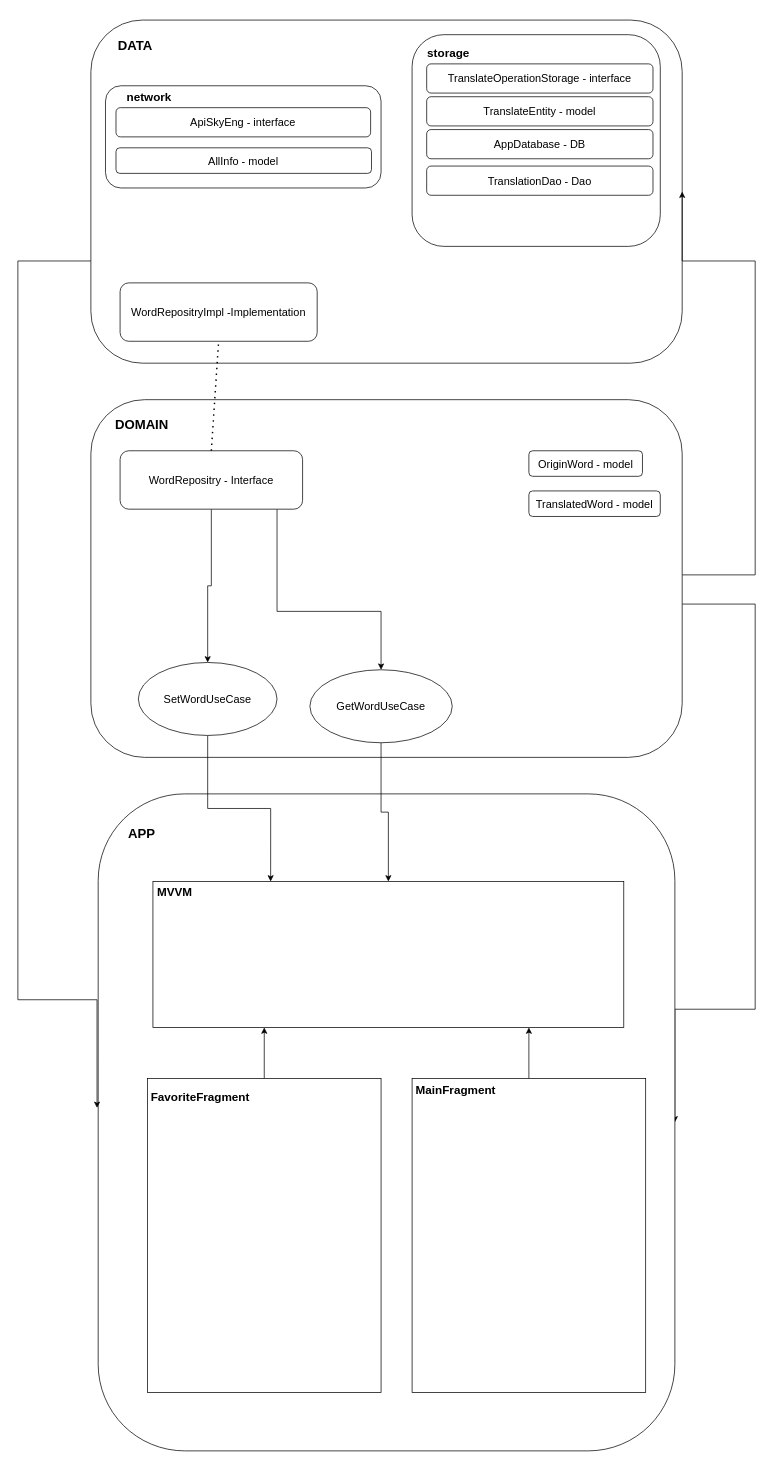
Earlier version of the draw.io diagram architecture.drawio (borsalinho/test_translator). Source tidied: cells renumbered, new cells numbered last; positions are measured from the earlier drawing's top-left corner, leaving out a move shared by most shapes. Both pictures are drawn from the tidied source at 73%, with x=0, y=0 at pixel (18, 20).
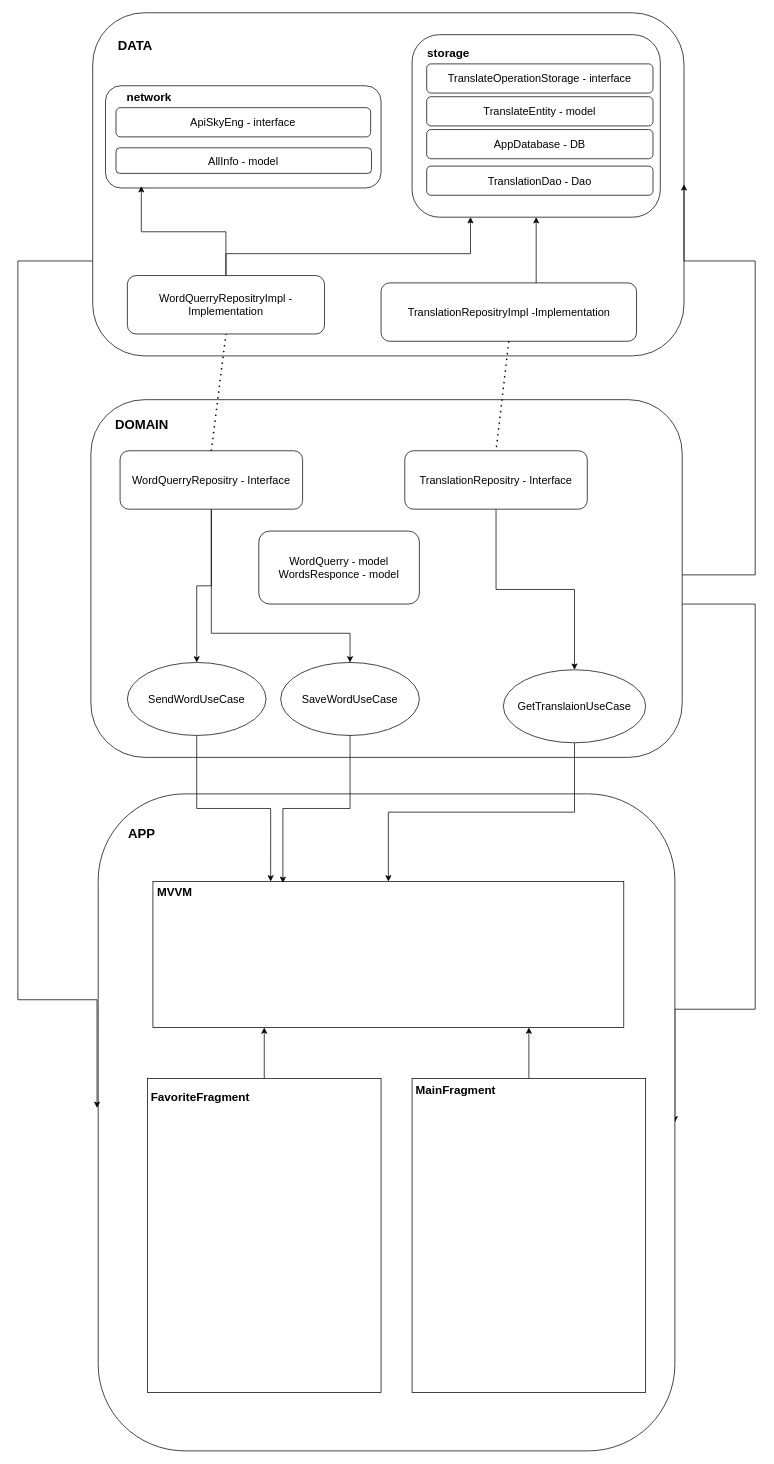
After the change.

Unchanged cells that the change refers to:
```xml
<mxCell id="11" style="rounded=0;whiteSpace=wrap;html=1;" parent="1" vertex="1">
  <mxGeometry x="185" y="1180" width="645" height="200" as="geometry" />
</mxCell>
<mxCell id="30" style="rounded=1;whiteSpace=wrap;html=1;" parent="1" vertex="1">
  <mxGeometry x="120" y="90" width="377.5" height="140" as="geometry" />
</mxCell>
```

Diff of the diagram source:
```diff
@@
     <mxCell id="3" style="rounded=1;whiteSpace=wrap;html=1;" parent="1" vertex="1">
-      <mxGeometry x="100" width="810" height="470" as="geometry" />
+      <mxGeometry x="102.5" y="-10" width="810" height="470" as="geometry" />
     </mxCell>
@@
-    <mxCell id="17" value="&lt;span style=&quot;font-size: 15px;&quot;&gt;SetWordUseCase&lt;/span&gt;" style="ellipse;whiteSpace=wrap;html=1;" parent="1" vertex="1">
-      <mxGeometry x="165" y="880" width="190" height="100" as="geometry" />
+    <mxCell id="17" value="&lt;span style=&quot;font-size: 15px;&quot;&gt;SendWordUseCase&lt;/span&gt;" style="ellipse;whiteSpace=wrap;html=1;" parent="1" vertex="1">
+      <mxGeometry x="150" y="880" width="190" height="100" as="geometry" />
     </mxCell>
@@
-    <mxCell id="19" value="&lt;span style=&quot;font-size: 15px;&quot;&gt;GetWordUseCase&lt;/span&gt;" style="ellipse;whiteSpace=wrap;html=1;" parent="1" vertex="1">
-      <mxGeometry x="400" y="890" width="195" height="100" as="geometry" />
+    <mxCell id="19" value="&lt;span style=&quot;font-size: 15px;&quot;&gt;GetTranslaionUseCase&lt;/span&gt;" style="ellipse;whiteSpace=wrap;html=1;" parent="1" vertex="1">
+      <mxGeometry x="665" y="890" width="195" height="100" as="geometry" />
     </mxCell>
+    <mxCell id="41" style="edgeStyle=orthogonalEdgeStyle;rounded=0;jettySize=auto;html=1;" parent="1" edge="1" source="20" target="26">
+      <mxGeometry relative="1" as="geometry">
+        <Array as="points">
+          <mxPoint x="285" y="320" />
+          <mxPoint x="620" y="320" />
+        </Array>
+      </mxGeometry>
+    </mxCell>
-    <mxCell id="20" value="&lt;span style=&quot;font-size: 15px;&quot;&gt;WordRepositry&lt;/span&gt;&lt;span style=&quot;font-size: 15px;&quot;&gt;Impl -Implementation&lt;/span&gt;" style="rounded=1;whiteSpace=wrap;html=1;" parent="1" vertex="1">
-      <mxGeometry x="140" y="360" width="270" height="80" as="geometry" />
+    <mxCell id="20" value="&lt;span style=&quot;font-size: 15px;&quot;&gt;WordQuerry&lt;/span&gt;&lt;span style=&quot;background-color: initial; font-size: 15px;&quot;&gt;Repositry&lt;/span&gt;&lt;span style=&quot;font-size: 15px;&quot;&gt;Impl -Implementation&lt;/span&gt;" style="rounded=1;whiteSpace=wrap;html=1;" parent="1" vertex="1">
+      <mxGeometry x="150" y="350" width="270" height="80" as="geometry" />
     </mxCell>
@@
-    <mxCell id="22" style="edgeStyle=orthogonalEdgeStyle;rounded=0;jettySize=auto;html=1;entryX=0.5;entryY=0;entryDx=0;entryDy=0;" parent="1" edge="1" source="23" target="19">
-      <mxGeometry relative="1" as="geometry">
-        <Array as="points">
-          <mxPoint x="355" y="810" />
-          <mxPoint x="498" y="810" />
-        </Array>
-      </mxGeometry>
-    </mxCell>
+    <mxCell id="42" style="edgeStyle=orthogonalEdgeStyle;rounded=0;jettySize=auto;html=1;" parent="1" edge="1" source="23" target="50">
+      <mxGeometry relative="1" as="geometry">
+        <Array as="points">
+          <mxPoint x="265" y="840" />
+          <mxPoint x="455" y="840" />
+        </Array>
+      </mxGeometry>
+    </mxCell>
-    <mxCell id="23" value="&lt;span style=&quot;font-size: 15px;&quot;&gt;WordRepositry - Interface&lt;/span&gt;" style="rounded=1;whiteSpace=wrap;html=1;" parent="1" vertex="1">
+    <mxCell id="23" value="&lt;span style=&quot;font-size: 15px;&quot;&gt;WordQuerry&lt;/span&gt;&lt;span style=&quot;font-size: 15px; background-color: initial;&quot;&gt;Repositry - Interface&lt;/span&gt;" style="rounded=1;whiteSpace=wrap;html=1;" parent="1" vertex="1">
       <mxGeometry x="140" y="590" width="250" height="80" as="geometry" />
     </mxCell>
@@
     <mxCell id="26" style="rounded=1;whiteSpace=wrap;html=1;" parent="1" vertex="1">
-      <mxGeometry x="540" y="20" width="340" height="290" as="geometry" />
+      <mxGeometry x="540" y="20" width="340" height="250" as="geometry" />
     </mxCell>
@@
-    <mxCell id="34" value="&lt;font style=&quot;font-size: 15px;&quot;&gt;OriginWord - model&lt;/font&gt;" style="rounded=1;whiteSpace=wrap;html=1;" parent="1" vertex="1">
-      <mxGeometry x="700" y="590" width="155.6" height="35" as="geometry" />
-    </mxCell>
-    <mxCell id="35" value="&lt;font style=&quot;font-size: 15px;&quot;&gt;TranslatedWord - model&lt;/font&gt;" style="rounded=1;whiteSpace=wrap;html=1;" parent="1" vertex="1">
-      <mxGeometry x="700" y="645" width="180" height="35" as="geometry" />
-    </mxCell>
@@
+    <mxCell id="43" style="edgeStyle=orthogonalEdgeStyle;rounded=0;jettySize=auto;html=1;" parent="1" edge="1" source="44" target="19">
+      <mxGeometry relative="1" as="geometry" />
+    </mxCell>
+    <mxCell id="44" value="&lt;span style=&quot;font-size: 15px;&quot;&gt;TranslationRepositry - Interface&lt;/span&gt;" style="rounded=1;whiteSpace=wrap;html=1;" parent="1" vertex="1">
+      <mxGeometry x="530" y="590" width="250" height="80" as="geometry" />
+    </mxCell>
+    <mxCell id="45" style="edgeStyle=orthogonalEdgeStyle;rounded=0;jettySize=auto;html=1;entryX=0.5;entryY=1;entryDx=0;entryDy=0;" parent="1" edge="1" source="46" target="26">
+      <mxGeometry relative="1" as="geometry">
+        <Array as="points">
+          <mxPoint x="710" y="340" />
+          <mxPoint x="710" y="340" />
+        </Array>
+      </mxGeometry>
+    </mxCell>
+    <mxCell id="46" value="&lt;span style=&quot;font-size: 15px;&quot;&gt;TranslationRepositryImpl&lt;/span&gt;&lt;span style=&quot;font-size: 15px;&quot;&gt;&amp;nbsp;-Implementation&lt;/span&gt;" style="rounded=1;whiteSpace=wrap;html=1;" parent="1" vertex="1">
+      <mxGeometry x="497.5" y="360" width="350" height="80" as="geometry" />
+    </mxCell>
+    <mxCell id="47" style="endArrow=none;dashed=1;html=1;dashPattern=1 3;strokeWidth=2;rounded=0;entryX=0.5;entryY=0;entryDx=0;entryDy=0;exitX=0.5;exitY=1;exitDx=0;exitDy=0;" parent="1" edge="1" source="46" target="44">
+      <mxGeometry relative="1" as="geometry" />
+    </mxCell>
+    <mxCell id="48" style="edgeStyle=orthogonalEdgeStyle;rounded=0;jettySize=auto;html=1;entryX=0.13;entryY=0.982;entryDx=0;entryDy=0;entryPerimeter=0;" parent="1" edge="1" source="20" target="30">
+      <mxGeometry relative="1" as="geometry" />
+    </mxCell>
+    <mxCell id="49" value="&lt;font style=&quot;font-size: 15px;&quot;&gt;WordQuerry - model&lt;br&gt;WordsResponce - model&lt;/font&gt;" style="rounded=1;whiteSpace=wrap;html=1;" parent="1" vertex="1">
+      <mxGeometry x="330" y="700" width="220" height="100" as="geometry" />
+    </mxCell>
+    <mxCell id="50" value="&lt;span style=&quot;font-size: 15px;&quot;&gt;SaveWordUseCase&lt;/span&gt;" style="ellipse;whiteSpace=wrap;html=1;" parent="1" vertex="1">
+      <mxGeometry x="360" y="880" width="190" height="100" as="geometry" />
+    </mxCell>
+    <mxCell id="51" style="edgeStyle=orthogonalEdgeStyle;rounded=0;jettySize=auto;html=1;entryX=0.276;entryY=0.01;entryDx=0;entryDy=0;entryPerimeter=0;" parent="1" edge="1" source="50" target="11">
+      <mxGeometry relative="1" as="geometry" />
+    </mxCell>
```
